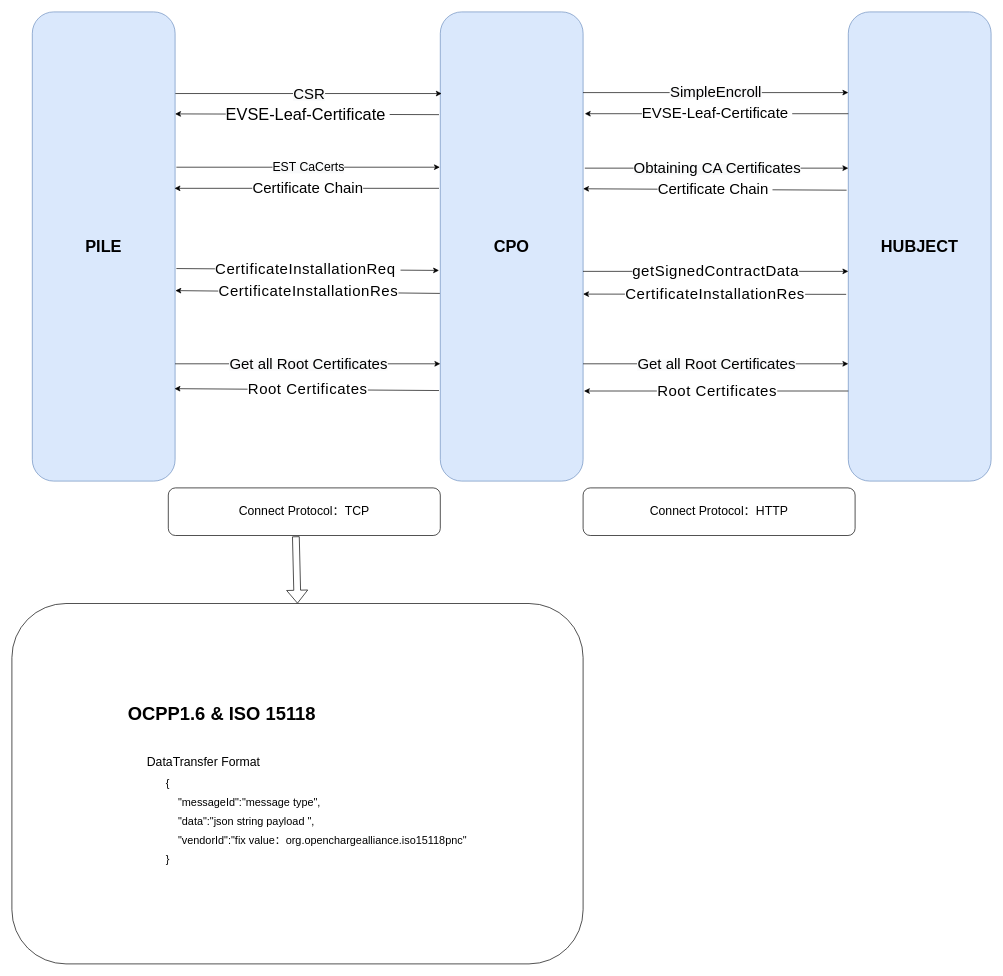
The draw.io diagram Untitled Diagram.drawio in piaoransheng/draw.io, before the edit. Source tidied: cells renumbered, new cells numbered last; positions are measured from the earlier drawing's top-left corner, leaving out a move shared by most shapes. Both pictures are drawn from the tidied source at 68%, with x=0, y=0 at pixel (12, 12).
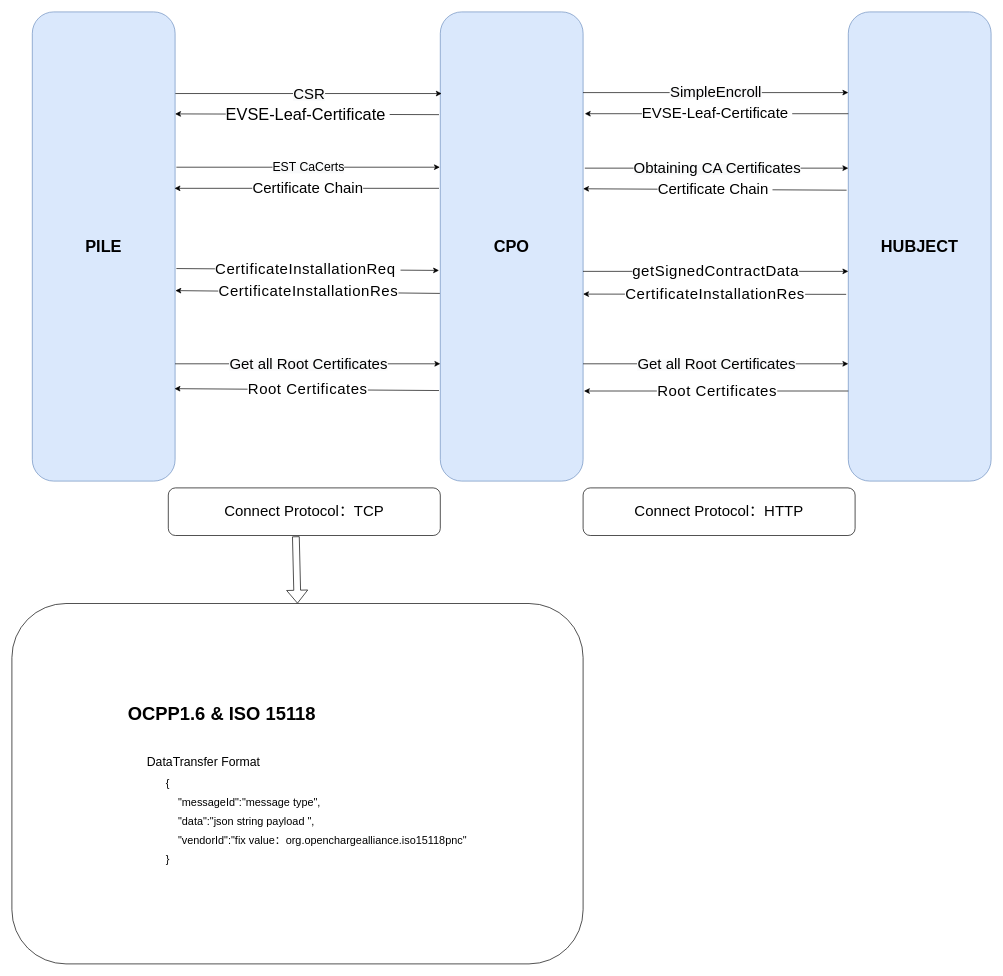
After the change.

The edit, as a diff of the source:
```diff
@@
-    <mxCell id="37" value="&lt;article data-content=&quot;[{&amp;quot;type&amp;quot;:&amp;quot;block&amp;quot;,&amp;quot;id&amp;quot;:&amp;quot;Cxpn-1652323043085&amp;quot;,&amp;quot;name&amp;quot;:&amp;quot;paragraph&amp;quot;,&amp;quot;data&amp;quot;:{},&amp;quot;nodes&amp;quot;:[{&amp;quot;type&amp;quot;:&amp;quot;text&amp;quot;,&amp;quot;id&amp;quot;:&amp;quot;qzmt-1652323043084&amp;quot;,&amp;quot;leaves&amp;quot;:[{&amp;quot;text&amp;quot;:&amp;quot;DataTransfer&amp;quot;,&amp;quot;marks&amp;quot;:[]}]}],&amp;quot;state&amp;quot;:{}}]&quot;&gt;&lt;div style=&quot;line-height: 1.75; text-align: left;&quot;&gt;&lt;font style=&quot;font-size: 18px;&quot;&gt;Connect Protocol：HTTP&lt;/font&gt;&lt;/div&gt;&lt;/article&gt;" style="rounded=1;whiteSpace=wrap;html=1;fontFamily=Helvetica;fontSize=18;" parent="1" vertex="1">
+    <mxCell id="37" value="&lt;article data-content=&quot;[{&amp;quot;type&amp;quot;:&amp;quot;block&amp;quot;,&amp;quot;id&amp;quot;:&amp;quot;Cxpn-1652323043085&amp;quot;,&amp;quot;name&amp;quot;:&amp;quot;paragraph&amp;quot;,&amp;quot;data&amp;quot;:{},&amp;quot;nodes&amp;quot;:[{&amp;quot;type&amp;quot;:&amp;quot;text&amp;quot;,&amp;quot;id&amp;quot;:&amp;quot;qzmt-1652323043084&amp;quot;,&amp;quot;leaves&amp;quot;:[{&amp;quot;text&amp;quot;:&amp;quot;DataTransfer&amp;quot;,&amp;quot;marks&amp;quot;:[]}]}],&amp;quot;state&amp;quot;:{}}]&quot;&gt;&lt;div style=&quot;line-height: 1.75; text-align: left;&quot;&gt;&lt;font style=&quot;font-size: 22px;&quot;&gt;Connect Protocol：HTTP&lt;/font&gt;&lt;/div&gt;&lt;/article&gt;" style="rounded=1;whiteSpace=wrap;html=1;fontFamily=Helvetica;fontSize=18;" parent="1" vertex="1">
       <mxGeometry x="840" y="700" width="400" height="70" as="geometry" />
     </mxCell>
-    <mxCell id="38" value="&lt;article data-content=&quot;[{&amp;quot;type&amp;quot;:&amp;quot;block&amp;quot;,&amp;quot;id&amp;quot;:&amp;quot;Cxpn-1652323043085&amp;quot;,&amp;quot;name&amp;quot;:&amp;quot;paragraph&amp;quot;,&amp;quot;data&amp;quot;:{},&amp;quot;nodes&amp;quot;:[{&amp;quot;type&amp;quot;:&amp;quot;text&amp;quot;,&amp;quot;id&amp;quot;:&amp;quot;qzmt-1652323043084&amp;quot;,&amp;quot;leaves&amp;quot;:[{&amp;quot;text&amp;quot;:&amp;quot;DataTransfer&amp;quot;,&amp;quot;marks&amp;quot;:[]}]}],&amp;quot;state&amp;quot;:{}}]&quot;&gt;&lt;div style=&quot;line-height: 1.75; text-align: left;&quot;&gt;&lt;font style=&quot;font-size: 18px;&quot;&gt;Connect Protocol：TCP&lt;/font&gt;&lt;/div&gt;&lt;/article&gt;" style="rounded=1;whiteSpace=wrap;html=1;fontFamily=Helvetica;fontSize=18;" parent="1" vertex="1">
+    <mxCell id="38" value="&lt;article data-content=&quot;[{&amp;quot;type&amp;quot;:&amp;quot;block&amp;quot;,&amp;quot;id&amp;quot;:&amp;quot;Cxpn-1652323043085&amp;quot;,&amp;quot;name&amp;quot;:&amp;quot;paragraph&amp;quot;,&amp;quot;data&amp;quot;:{},&amp;quot;nodes&amp;quot;:[{&amp;quot;type&amp;quot;:&amp;quot;text&amp;quot;,&amp;quot;id&amp;quot;:&amp;quot;qzmt-1652323043084&amp;quot;,&amp;quot;leaves&amp;quot;:[{&amp;quot;text&amp;quot;:&amp;quot;DataTransfer&amp;quot;,&amp;quot;marks&amp;quot;:[]}]}],&amp;quot;state&amp;quot;:{}}]&quot;&gt;&lt;div style=&quot;line-height: 1.75; text-align: left;&quot;&gt;&lt;font style=&quot;font-size: 22px;&quot;&gt;Connect Protocol：TCP&lt;/font&gt;&lt;/div&gt;&lt;/article&gt;" style="rounded=1;whiteSpace=wrap;html=1;fontFamily=Helvetica;fontSize=18;" parent="1" vertex="1">
       <mxGeometry x="230" y="700" width="400" height="70" as="geometry" />
     </mxCell>
```
